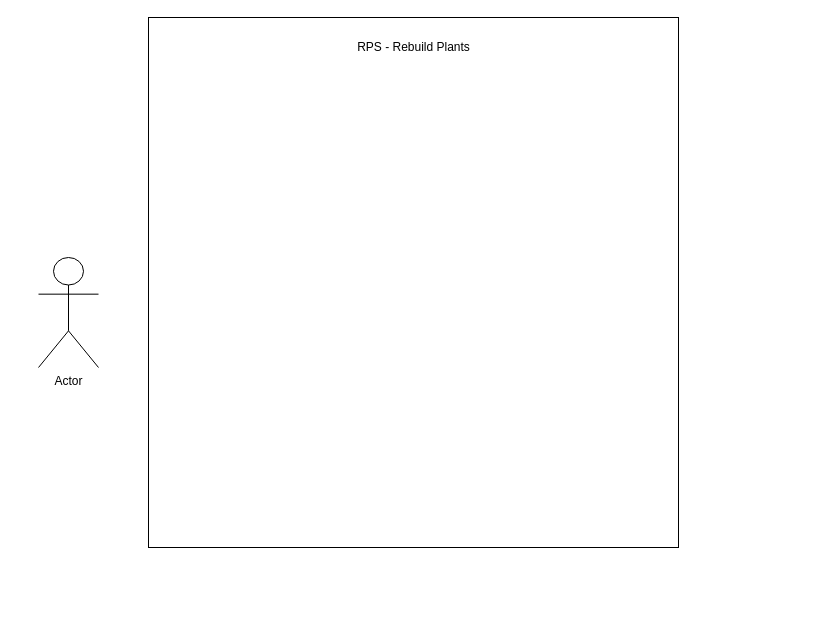
Above: fluxogramas/uml-rebuild-plants.drawio in caioliveira277/drawio-fluxogramas (draw.io), before the change. Source tidied: cells renumbered, new cells numbered last; positions are measured from the earlier drawing's top-left corner, leaving out a move shared by most shapes. Both pictures are drawn from the tidied source at 100%, with x=0, y=0 at pixel (38, 17).
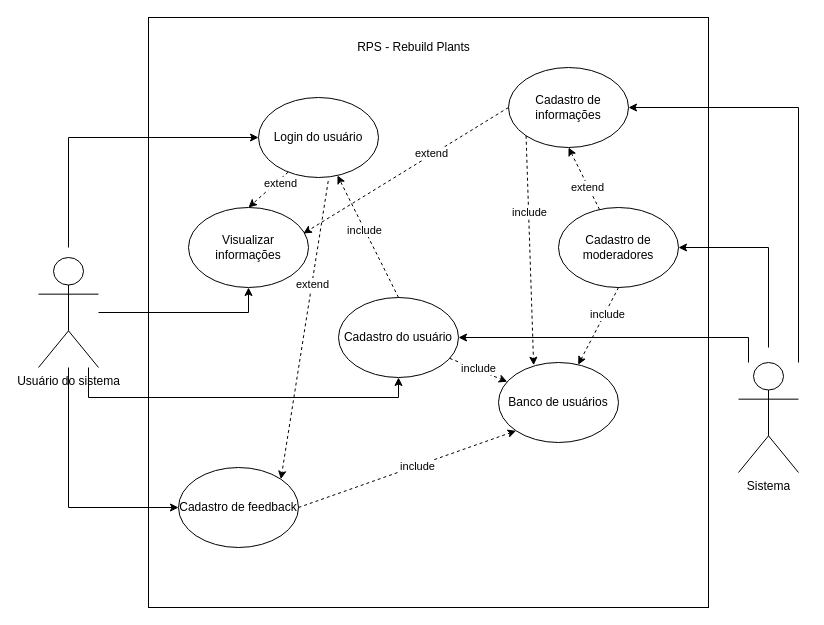
The same page after the edit.

The edit, as a diff of the source:
```diff
@@
     <mxCell id="2" style="html=1;" parent="1" vertex="1">
-      <mxGeometry x="110" width="530" height="530" as="geometry" />
+      <mxGeometry x="110" width="560" height="590" as="geometry" />
     </mxCell>
@@
+    <mxCell id="5" style="edgeStyle=orthogonalEdgeStyle;rounded=0;jettySize=auto;html=1;entryX=0;entryY=0.5;entryDx=0;entryDy=0;" parent="1" edge="1" target="9">
+      <mxGeometry relative="1" as="geometry">
+        <mxPoint x="30" y="230" as="sourcePoint" />
+        <Array as="points">
+          <mxPoint x="30" y="120" />
+        </Array>
+      </mxGeometry>
+    </mxCell>
+    <mxCell id="6" style="edgeStyle=orthogonalEdgeStyle;rounded=0;jettySize=auto;html=1;entryX=0.5;entryY=1;entryDx=0;entryDy=0;" parent="1" edge="1" source="4" target="10">
+      <mxGeometry relative="1" as="geometry">
+        <Array as="points">
+          <mxPoint x="50" y="380" />
+          <mxPoint x="360" y="380" />
+        </Array>
+      </mxGeometry>
+    </mxCell>
+    <mxCell id="7" style="edgeStyle=orthogonalEdgeStyle;rounded=0;jettySize=auto;html=1;entryX=0;entryY=0.5;entryDx=0;entryDy=0;" parent="1" edge="1" source="4" target="12">
+      <mxGeometry relative="1" as="geometry">
+        <Array as="points">
+          <mxPoint x="30" y="490" />
+        </Array>
+      </mxGeometry>
+    </mxCell>
+    <mxCell id="8" style="edgeStyle=orthogonalEdgeStyle;rounded=0;jettySize=auto;html=1;entryX=0.5;entryY=1;entryDx=0;entryDy=0;" parent="1" edge="1" source="4" target="13">
+      <mxGeometry relative="1" as="geometry" />
+    </mxCell>
-    <mxCell id="4" value="Actor" style="shape=umlActor;verticalLabelPosition=bottom;verticalAlign=top;html=1;outlineConnect=0;" parent="1" vertex="1">
+    <mxCell id="4" value="Usuário do sistema" style="shape=umlActor;verticalLabelPosition=bottom;verticalAlign=top;html=1;outlineConnect=0;" parent="1" vertex="1">
       <mxGeometry y="240" width="60" height="110" as="geometry" />
     </mxCell>
+    <mxCell id="9" value="Login do usuário" style="ellipse;whiteSpace=wrap;html=1;" parent="1" vertex="1">
+      <mxGeometry x="220" y="80" width="120" height="80" as="geometry" />
+    </mxCell>
+    <mxCell id="10" value="Cadastro do usuário" style="ellipse;whiteSpace=wrap;html=1;" parent="1" vertex="1">
+      <mxGeometry x="300" y="280" width="120" height="80" as="geometry" />
+    </mxCell>
+    <mxCell id="11" value="Cadastro de informações" style="ellipse;whiteSpace=wrap;html=1;" parent="1" vertex="1">
+      <mxGeometry x="470" y="50" width="120" height="80" as="geometry" />
+    </mxCell>
+    <mxCell id="12" value="Cadastro de feedback" style="ellipse;whiteSpace=wrap;html=1;" parent="1" vertex="1">
+      <mxGeometry x="140" y="450" width="120" height="80" as="geometry" />
+    </mxCell>
+    <mxCell id="13" value="Visualizar informações" style="ellipse;whiteSpace=wrap;html=1;" parent="1" vertex="1">
+      <mxGeometry x="150" y="190" width="120" height="80" as="geometry" />
+    </mxCell>
+    <mxCell id="14" style="edgeStyle=orthogonalEdgeStyle;rounded=0;jettySize=auto;html=1;entryX=1;entryY=0.5;entryDx=0;entryDy=0;" parent="1" edge="1" source="17" target="11">
+      <mxGeometry relative="1" as="geometry">
+        <Array as="points">
+          <mxPoint x="760" y="90" />
+        </Array>
+      </mxGeometry>
+    </mxCell>
+    <mxCell id="15" style="edgeStyle=orthogonalEdgeStyle;rounded=0;jettySize=auto;html=1;entryX=1;entryY=0.5;entryDx=0;entryDy=0;" parent="1" edge="1" target="18">
+      <mxGeometry relative="1" as="geometry">
+        <mxPoint x="730" y="330" as="sourcePoint" />
+        <Array as="points">
+          <mxPoint x="730" y="230" />
+        </Array>
+      </mxGeometry>
+    </mxCell>
+    <mxCell id="16" style="edgeStyle=orthogonalEdgeStyle;rounded=0;jettySize=auto;html=1;entryX=1;entryY=0.5;entryDx=0;entryDy=0;" parent="1" edge="1" source="17" target="10">
+      <mxGeometry relative="1" as="geometry">
+        <Array as="points">
+          <mxPoint x="710" y="320" />
+        </Array>
+      </mxGeometry>
+    </mxCell>
+    <mxCell id="17" value="Sistema" style="shape=umlActor;verticalLabelPosition=bottom;verticalAlign=top;html=1;outlineConnect=0;" parent="1" vertex="1">
+      <mxGeometry x="700" y="345" width="60" height="110" as="geometry" />
+    </mxCell>
+    <mxCell id="18" value="Cadastro de moderadores" style="ellipse;whiteSpace=wrap;html=1;" parent="1" vertex="1">
+      <mxGeometry x="520" y="190" width="120" height="80" as="geometry" />
+    </mxCell>
+    <mxCell id="19" value="Banco de usuários" style="ellipse;whiteSpace=wrap;html=1;" parent="1" vertex="1">
+      <mxGeometry x="460" y="345" width="120" height="80" as="geometry" />
+    </mxCell>
+    <mxCell id="20" style="endArrow=classic;html=1;dashed=1;exitX=0.5;exitY=0;exitDx=0;exitDy=0;" parent="1" edge="1" source="10" target="9">
+      <mxGeometry relative="1" as="geometry" />
+    </mxCell>
+    <mxCell id="21" value="include" style="edgeLabel;html=1;align=center;verticalAlign=middle;" parent="20" vertex="1">
+      <mxGeometry x="0.11" y="1" relative="1" as="geometry" />
+    </mxCell>
+    <mxCell id="22" style="endArrow=classic;html=1;dashed=1;" parent="1" edge="1" source="10" target="19">
+      <mxGeometry relative="1" as="geometry" />
+    </mxCell>
+    <mxCell id="23" value="include" style="edgeLabel;html=1;align=center;verticalAlign=middle;" parent="22" vertex="1">
+      <mxGeometry x="-0.07" y="1" relative="1" as="geometry">
+        <mxPoint x="1" as="offset" />
+      </mxGeometry>
+    </mxCell>
+    <mxCell id="24" style="endArrow=classic;html=1;dashed=1;entryX=0.5;entryY=1;entryDx=0;entryDy=0;" parent="1" edge="1" source="18" target="11">
+      <mxGeometry relative="1" as="geometry" />
+    </mxCell>
+    <mxCell id="25" value="extend" style="edgeLabel;html=1;align=center;verticalAlign=middle;" parent="24" vertex="1">
+      <mxGeometry x="-0.26" y="1" relative="1" as="geometry" />
+    </mxCell>
+    <mxCell id="26" style="endArrow=classic;html=1;dashed=1;exitX=0.247;exitY=0.933;exitDx=0;exitDy=0;exitPerimeter=0;entryX=0.5;entryY=0;entryDx=0;entryDy=0;" parent="1" edge="1" source="9" target="13">
+      <mxGeometry relative="1" as="geometry" />
+    </mxCell>
+    <mxCell id="27" value="extend" style="edgeLabel;html=1;align=center;verticalAlign=middle;" parent="26" vertex="1">
+      <mxGeometry x="-0.5" y="3" relative="1" as="geometry" />
+    </mxCell>
+    <mxCell id="28" style="endArrow=classic;html=1;dashed=1;entryX=0;entryY=1;entryDx=0;entryDy=0;exitX=1;exitY=0.5;exitDx=0;exitDy=0;" parent="1" edge="1" source="12" target="19">
+      <mxGeometry relative="1" as="geometry" />
+    </mxCell>
+    <mxCell id="29" value="include" style="edgeLabel;html=1;align=center;verticalAlign=middle;" parent="28" vertex="1">
+      <mxGeometry x="0.09" relative="1" as="geometry" />
+    </mxCell>
+    <mxCell id="30" style="endArrow=classic;html=1;entryX=1;entryY=0;entryDx=0;entryDy=0;exitX=0.581;exitY=1.045;exitDx=0;exitDy=0;exitPerimeter=0;dashed=1;" parent="1" edge="1" source="9" target="12">
+      <mxGeometry relative="1" as="geometry" />
+    </mxCell>
+    <mxCell id="31" value="extend" style="edgeLabel;html=1;align=center;verticalAlign=middle;" parent="30" vertex="1">
+      <mxGeometry x="-0.31" relative="1" as="geometry" />
+    </mxCell>
+    <mxCell id="32" style="endArrow=classic;html=1;dashed=1;exitX=0.5;exitY=1;exitDx=0;exitDy=0;" parent="1" edge="1" source="18" target="19">
+      <mxGeometry relative="1" as="geometry" />
+    </mxCell>
+    <mxCell id="33" value="include" style="edgeLabel;html=1;align=center;verticalAlign=middle;" parent="32" vertex="1">
+      <mxGeometry x="-0.33" y="2" relative="1" as="geometry" />
+    </mxCell>
+    <mxCell id="34" style="endArrow=classic;html=1;exitX=0;exitY=0.5;exitDx=0;exitDy=0;entryX=0.957;entryY=0.325;entryDx=0;entryDy=0;entryPerimeter=0;dashed=1;" parent="1" edge="1" source="11" target="13">
+      <mxGeometry relative="1" as="geometry" />
+    </mxCell>
+    <mxCell id="35" value="extend" style="edgeLabel;html=1;align=center;verticalAlign=middle;" parent="34" vertex="1">
+      <mxGeometry x="-0.25" y="-2" relative="1" as="geometry" />
+    </mxCell>
+    <mxCell id="36" style="endArrow=classic;html=1;dashed=1;entryX=0.293;entryY=0.034;entryDx=0;entryDy=0;exitX=0;exitY=1;exitDx=0;exitDy=0;entryPerimeter=0;" parent="1" edge="1" source="11" target="19">
+      <mxGeometry relative="1" as="geometry" />
+    </mxCell>
+    <mxCell id="37" value="include" style="edgeLabel;html=1;align=center;verticalAlign=middle;" parent="36" vertex="1">
+      <mxGeometry x="-0.34" relative="1" as="geometry" />
+    </mxCell>
```
